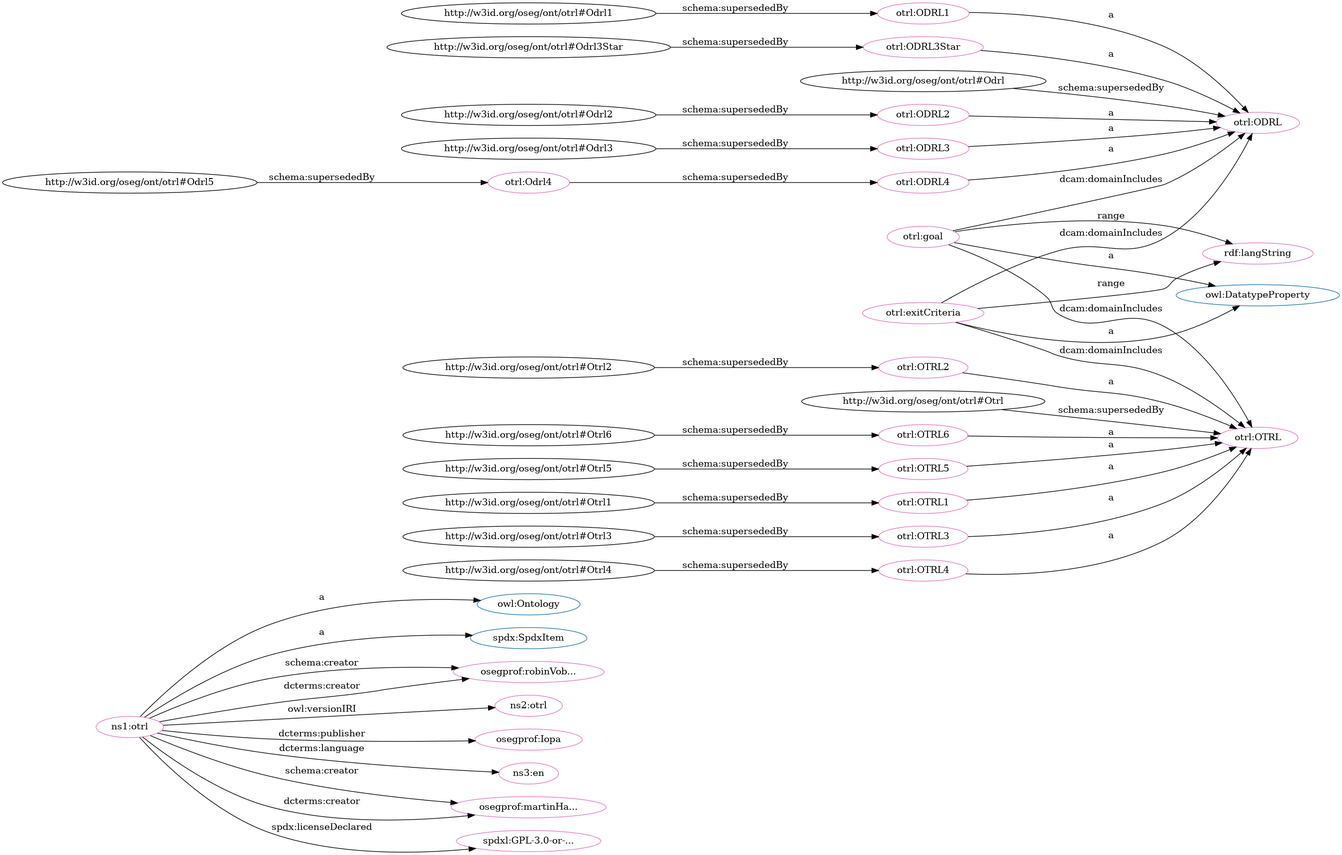
This is src/spec/dot_otrl.png from iop-alliance/OpenKnowHow, a Graphviz export, as it was before one commit. Its source is kept beside it as src/spec/dot_otrl.dot.
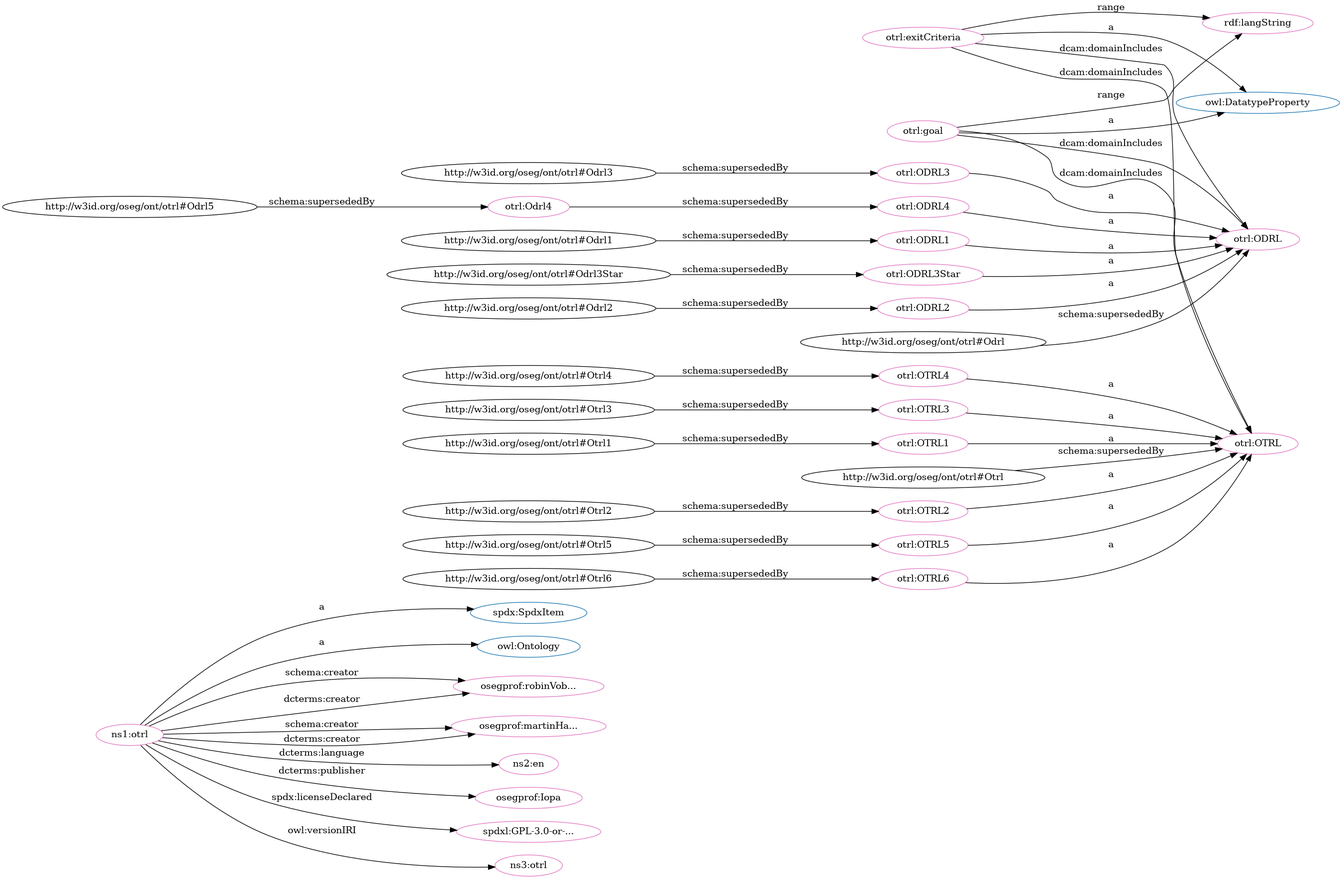
The same diagram one commit later.

What changed in the source:
```diff
@@ -1,76 +1,76 @@
 digraph G {
   rankdir=BT
   node[height=.3]
+"http://spdx.org/rdf/terms#SpdxItem" [fillcolor="#1f77b4" color="#1f77b4" label="spdx:SpdxItem"]
+"http://www.w3.org/2002/07/owl#DatatypeProperty" [fillcolor="#1f77b4" color="#1f77b4" label="owl:DatatypeProperty"]
 "http://www.w3.org/2002/07/owl#Ontology" [fillcolor="#1f77b4" color="#1f77b4" label="owl:Ontology"]
 "http://w3id.org/oseg/ont/otrl#ODRL" [fillcolor="#1f77b4" color="#1f77b4" label="otrl:ODRL"]
 "http://w3id.org/oseg/ont/otrl#OTRL" [fillcolor="#1f77b4" color="#1f77b4" label="otrl:OTRL"]
-"http://www.w3.org/2002/07/owl#DatatypeProperty" [fillcolor="#1f77b4" color="#1f77b4" label="owl:DatatypeProperty"]
-"http://spdx.org/rdf/terms#SpdxItem" [fillcolor="#1f77b4" color="#1f77b4" label="spdx:SpdxItem"]
+"http://w3id.org/oseg/ont/otrl#OTRL2" [fillcolor="#e377c2" color="#e377c2" label="otrl:OTRL2"]
+"http://w3id.org/oseg/ont/otrl#ODRL" [fillcolor="#e377c2" color="#e377c2" label="otrl:ODRL"]
+"http://w3id.org/oseg/ont/otrl#ODRL3" [fillcolor="#e377c2" color="#e377c2" label="otrl:ODRL3"]
+"http://w3id.org/oseg/ont/oseg-profiles#robinVobruba" [fillcolor="#e377c2" color="#e377c2" label="osegprof:robinVob..."]
+"http://w3id.org/oseg/ont/otrl#OTRL5" [fillcolor="#e377c2" color="#e377c2" label="otrl:OTRL5"]
+"http://w3id.org/oseg/ont/otrl#OTRL" [fillcolor="#e377c2" color="#e377c2" label="otrl:OTRL"]
+"http://w3id.org/oseg/ont/otrl#ODRL3Star" [fillcolor="#e377c2" color="#e377c2" label="otrl:ODRL3Star"]
+"http://w3id.org/oseg/ont/otrl" [fillcolor="#e377c2" color="#e377c2" label="ns1:otrl"]
+"http://w3id.org/oseg/ont/oseg-profiles#martinHaeuer" [fillcolor="#e377c2" color="#e377c2" label="osegprof:martinHa..."]
+"http://w3id.org/oseg/ont/otrl#ODRL4" [fillcolor="#e377c2" color="#e377c2" label="otrl:ODRL4"]
+"http://w3id.org/oseg/ont/otrl#OTRL6" [fillcolor="#e377c2" color="#e377c2" label="otrl:OTRL6"]
+"http://w3id.org/oseg/ont/otrl#ODRL1" [fillcolor="#e377c2" color="#e377c2" label="otrl:ODRL1"]
+"http://w3id.org/oseg/ont/otrl#OTRL4" [fillcolor="#e377c2" color="#e377c2" label="otrl:OTRL4"]
 "http://w3id.org/oseg/ont/otrl#goal" [fillcolor="#e377c2" color="#e377c2" label="otrl:goal"]
+"http://id.loc.gov/vocabulary/iso639-1/en" [fillcolor="#e377c2" color="#e377c2" label="ns2:en"]
+"http://www.w3.org/1999/02/22-rdf-syntax-ns#langString" [fillcolor="#e377c2" color="#e377c2" label="rdf:langString"]
+"http://w3id.org/oseg/ont/oseg-profiles#Iopa" [fillcolor="#e377c2" color="#e377c2" label="osegprof:Iopa"]
+"http://w3id.org/oseg/ont/otrl#exitCriteria" [fillcolor="#e377c2" color="#e377c2" label="otrl:exitCriteria"]
+"http://w3id.org/oseg/ont/otrl#OTRL3" [fillcolor="#e377c2" color="#e377c2" label="otrl:OTRL3"]
+"http://spdx.org/licenses/GPL-3.0-or-later" [fillcolor="#e377c2" color="#e377c2" label="spdxl:GPL-3.0-or-..."]
+"http://w3id.org/oseg/ont/otrl#OTRL1" [fillcolor="#e377c2" color="#e377c2" label="otrl:OTRL1"]
 "http://w3id.org/oseg/ont/otrl#ODRL2" [fillcolor="#e377c2" color="#e377c2" label="otrl:ODRL2"]
-"http://w3id.org/oseg/ont/otrl#OTRL" [fillcolor="#e377c2" color="#e377c2" label="otrl:OTRL"]
-"http://w3id.org/oseg/ont/oseg-profiles#robinVobruba" [fillcolor="#e377c2" color="#e377c2" label="osegprof:robinVob..."]
-"http://w3id.org/oseg/ont/otrl#ODRL3" [fillcolor="#e377c2" color="#e377c2" label="otrl:ODRL3"]
-"http://w3id.org/oseg/ont/otrl#OTRL6" [fillcolor="#e377c2" color="#e377c2" label="otrl:OTRL6"]
-"http://w3id.org/oseg/ont/otrl#ODRL4" [fillcolor="#e377c2" color="#e377c2" label="otrl:ODRL4"]
-"http://w3id.org/oseg/ont/otrl#OTRL5" [fillcolor="#e377c2" color="#e377c2" label="otrl:OTRL5"]
-"http://w3id.org/oseg/ont/otrl#OTRL1" [fillcolor="#e377c2" color="#e377c2" label="otrl:OTRL1"]
-"http://w3id.org/oseg/ont/otrl#OTRL3" [fillcolor="#e377c2" color="#e377c2" label="otrl:OTRL3"]
-"http://w3id.org/oseg/ont/otrl" [fillcolor="#e377c2" color="#e377c2" label="ns1:otrl"]
-"http://w3id.org/oseg/ont/otrl#OTRL4" [fillcolor="#e377c2" color="#e377c2" label="otrl:OTRL4"]
-"http://w3id.org/oseg/ont/1.1.0/otrl" [fillcolor="#e377c2" color="#e377c2" label="ns2:otrl"]
-"http://w3id.org/oseg/ont/oseg-profiles#Iopa" [fillcolor="#e377c2" color="#e377c2" label="osegprof:Iopa"]
-"http://www.w3.org/1999/02/22-rdf-syntax-ns#langString" [fillcolor="#e377c2" color="#e377c2" label="rdf:langString"]
-"http://w3id.org/oseg/ont/otrl#ODRL1" [fillcolor="#e377c2" color="#e377c2" label="otrl:ODRL1"]
-"http://id.loc.gov/vocabulary/iso639-1/en" [fillcolor="#e377c2" color="#e377c2" label="ns3:en"]
-"http://w3id.org/oseg/ont/otrl#OTRL2" [fillcolor="#e377c2" color="#e377c2" label="otrl:OTRL2"]
-"http://w3id.org/oseg/ont/oseg-profiles#martinHaeuer" [fillcolor="#e377c2" color="#e377c2" label="osegprof:martinHa..."]
-"http://w3id.org/oseg/ont/otrl#ODRL3Star" [fillcolor="#e377c2" color="#e377c2" label="otrl:ODRL3Star"]
-"http://w3id.org/oseg/ont/otrl#ODRL" [fillcolor="#e377c2" color="#e377c2" label="otrl:ODRL"]
-"http://w3id.org/oseg/ont/otrl#exitCriteria" [fillcolor="#e377c2" color="#e377c2" label="otrl:exitCriteria"]
 "http://w3id.org/oseg/ont/otrl#Odrl4" [fillcolor="#e377c2" color="#e377c2" label="otrl:Odrl4"]
-"http://spdx.org/licenses/GPL-3.0-or-later" [fillcolor="#e377c2" color="#e377c2" label="spdxl:GPL-3.0-or-..."]
+"http://w3id.org/oseg/ont/1.1.0/otrl" [fillcolor="#e377c2" color="#e377c2" label="ns3:otrl"]
+  "http://w3id.org/oseg/ont/otrl#OTRL2" -> "http://w3id.org/oseg/ont/otrl#OTRL" [label="a"]
+  "http://w3id.org/oseg/ont/otrl#Odrl" -> "http://w3id.org/oseg/ont/otrl#ODRL" [label="schema:supersededBy"]
+  "http://w3id.org/oseg/ont/otrl#ODRL3" -> "http://w3id.org/oseg/ont/otrl#ODRL" [label="a"]
+  "http://w3id.org/oseg/ont/otrl" -> "http://w3id.org/oseg/ont/oseg-profiles#robinVobruba" [label="schema:creator"]
+  "http://w3id.org/oseg/ont/otrl#Otrl5" -> "http://w3id.org/oseg/ont/otrl#OTRL5" [label="schema:supersededBy"]
+  "http://w3id.org/oseg/ont/otrl#Otrl" -> "http://w3id.org/oseg/ont/otrl#OTRL" [label="schema:supersededBy"]
+  "http://w3id.org/oseg/ont/otrl#exitCriteria" -> "http://w3id.org/oseg/ont/otrl#OTRL" [label="dcam:domainIncludes"]
+  "http://w3id.org/oseg/ont/otrl#ODRL3Star" -> "http://w3id.org/oseg/ont/otrl#ODRL" [label="a"]
+  "http://w3id.org/oseg/ont/otrl" -> "http://spdx.org/rdf/terms#SpdxItem" [label="a"]
+  "http://w3id.org/oseg/ont/otrl" -> "http://w3id.org/oseg/ont/oseg-profiles#martinHaeuer" [label="schema:creator"]
+  "http://w3id.org/oseg/ont/otrl#Otrl2" -> "http://w3id.org/oseg/ont/otrl#OTRL2" [label="schema:supersededBy"]
+  "http://w3id.org/oseg/ont/otrl#Odrl4" -> "http://w3id.org/oseg/ont/otrl#ODRL4" [label="schema:supersededBy"]
+  "http://w3id.org/oseg/ont/otrl#OTRL6" -> "http://w3id.org/oseg/ont/otrl#OTRL" [label="a"]
+  "http://w3id.org/oseg/ont/otrl#Otrl6" -> "http://w3id.org/oseg/ont/otrl#OTRL6" [label="schema:supersededBy"]
+  "http://w3id.org/oseg/ont/otrl#OTRL1" -> "http://w3id.org/oseg/ont/otrl#OTRL" [label="a"]
+  "http://w3id.org/oseg/ont/otrl#Odrl1" -> "http://w3id.org/oseg/ont/otrl#ODRL1" [label="schema:supersededBy"]
+  "http://w3id.org/oseg/ont/otrl#OTRL4" -> "http://w3id.org/oseg/ont/otrl#OTRL" [label="a"]
+  "http://w3id.org/oseg/ont/otrl" -> "http://www.w3.org/2002/07/owl#Ontology" [label="a"]
+  "http://w3id.org/oseg/ont/otrl#ODRL1" -> "http://w3id.org/oseg/ont/otrl#ODRL" [label="a"]
   "http://w3id.org/oseg/ont/otrl#goal" -> "http://www.w3.org/2002/07/owl#DatatypeProperty" [label="a"]
+  "http://w3id.org/oseg/ont/otrl" -> "http://id.loc.gov/vocabulary/iso639-1/en" [label="dcterms:language"]
+  "http://w3id.org/oseg/ont/otrl#exitCriteria" -> "http://www.w3.org/1999/02/22-rdf-syntax-ns#langString" [label="range"]
+  "http://w3id.org/oseg/ont/otrl#goal" -> "http://w3id.org/oseg/ont/otrl#OTRL" [label="dcam:domainIncludes"]
+  "http://w3id.org/oseg/ont/otrl#Odrl3" -> "http://w3id.org/oseg/ont/otrl#ODRL3" [label="schema:supersededBy"]
+  "http://w3id.org/oseg/ont/otrl" -> "http://w3id.org/oseg/ont/oseg-profiles#Iopa" [label="dcterms:publisher"]
+  "http://w3id.org/oseg/ont/otrl" -> "http://w3id.org/oseg/ont/oseg-profiles#martinHaeuer" [label="dcterms:creator"]
+  "http://w3id.org/oseg/ont/otrl#exitCriteria" -> "http://www.w3.org/2002/07/owl#DatatypeProperty" [label="a"]
+  "http://w3id.org/oseg/ont/otrl#exitCriteria" -> "http://w3id.org/oseg/ont/otrl#ODRL" [label="dcam:domainIncludes"]
+  "http://w3id.org/oseg/ont/otrl#OTRL3" -> "http://w3id.org/oseg/ont/otrl#OTRL" [label="a"]
+  "http://w3id.org/oseg/ont/otrl#Otrl4" -> "http://w3id.org/oseg/ont/otrl#OTRL4" [label="schema:supersededBy"]
+  "http://w3id.org/oseg/ont/otrl#Odrl3Star" -> "http://w3id.org/oseg/ont/otrl#ODRL3Star" [label="schema:supersededBy"]
+  "http://w3id.org/oseg/ont/otrl" -> "http://spdx.org/licenses/GPL-3.0-or-later" [label="spdx:licenseDeclared"]
+  "http://w3id.org/oseg/ont/otrl#goal" -> "http://www.w3.org/1999/02/22-rdf-syntax-ns#langString" [label="range"]
+  "http://w3id.org/oseg/ont/otrl" -> "http://w3id.org/oseg/ont/oseg-profiles#robinVobruba" [label="dcterms:creator"]
+  "http://w3id.org/oseg/ont/otrl#Otrl3" -> "http://w3id.org/oseg/ont/otrl#OTRL3" [label="schema:supersededBy"]
+  "http://w3id.org/oseg/ont/otrl#ODRL4" -> "http://w3id.org/oseg/ont/otrl#ODRL" [label="a"]
+  "http://w3id.org/oseg/ont/otrl#Otrl1" -> "http://w3id.org/oseg/ont/otrl#OTRL1" [label="schema:supersededBy"]
+  "http://w3id.org/oseg/ont/otrl#ODRL2" -> "http://w3id.org/oseg/ont/otrl#ODRL" [label="a"]
+  "http://w3id.org/oseg/ont/otrl#Odrl5" -> "http://w3id.org/oseg/ont/otrl#Odrl4" [label="schema:supersededBy"]
+  "http://w3id.org/oseg/ont/otrl" -> "http://w3id.org/oseg/ont/1.1.0/otrl" [label="owl:versionIRI"]
+  "http://w3id.org/oseg/ont/otrl#goal" -> "http://w3id.org/oseg/ont/otrl#ODRL" [label="dcam:domainIncludes"]
   "http://w3id.org/oseg/ont/otrl#Odrl2" -> "http://w3id.org/oseg/ont/otrl#ODRL2" [label="schema:supersededBy"]
-  "http://w3id.org/oseg/ont/otrl#Otrl" -> "http://w3id.org/oseg/ont/otrl#OTRL" [label="schema:supersededBy"]
-  "http://w3id.org/oseg/ont/otrl" -> "http://w3id.org/oseg/ont/oseg-profiles#robinVobruba" [label="schema:creator"]
-  "http://w3id.org/oseg/ont/otrl#Odrl3" -> "http://w3id.org/oseg/ont/otrl#ODRL3" [label="schema:supersededBy"]
-  "http://w3id.org/oseg/ont/otrl" -> "http://w3id.org/oseg/ont/oseg-profiles#robinVobruba" [label="dcterms:creator"]
-  "http://w3id.org/oseg/ont/otrl#Otrl6" -> "http://w3id.org/oseg/ont/otrl#OTRL6" [label="schema:supersededBy"]
-  "http://w3id.org/oseg/ont/otrl#ODRL4" -> "http://w3id.org/oseg/ont/otrl#ODRL" [label="a"]
-  "http://w3id.org/oseg/ont/otrl#Otrl5" -> "http://w3id.org/oseg/ont/otrl#OTRL5" [label="schema:supersededBy"]
-  "http://w3id.org/oseg/ont/otrl#OTRL1" -> "http://w3id.org/oseg/ont/otrl#OTRL" [label="a"]
-  "http://w3id.org/oseg/ont/otrl#Otrl3" -> "http://w3id.org/oseg/ont/otrl#OTRL3" [label="schema:supersededBy"]
-  "http://w3id.org/oseg/ont/otrl" -> "http://www.w3.org/2002/07/owl#Ontology" [label="a"]
-  "http://w3id.org/oseg/ont/otrl#Otrl4" -> "http://w3id.org/oseg/ont/otrl#OTRL4" [label="schema:supersededBy"]
-  "http://w3id.org/oseg/ont/otrl#Odrl4" -> "http://w3id.org/oseg/ont/otrl#ODRL4" [label="schema:supersededBy"]
-  "http://w3id.org/oseg/ont/otrl" -> "http://w3id.org/oseg/ont/1.1.0/otrl" [label="owl:versionIRI"]
-  "http://w3id.org/oseg/ont/otrl" -> "http://w3id.org/oseg/ont/oseg-profiles#Iopa" [label="dcterms:publisher"]
-  "http://w3id.org/oseg/ont/otrl#exitCriteria" -> "http://www.w3.org/1999/02/22-rdf-syntax-ns#langString" [label="range"]
-  "http://w3id.org/oseg/ont/otrl#ODRL1" -> "http://w3id.org/oseg/ont/otrl#ODRL" [label="a"]
   "http://w3id.org/oseg/ont/otrl#OTRL5" -> "http://w3id.org/oseg/ont/otrl#OTRL" [label="a"]
-  "http://w3id.org/oseg/ont/otrl#OTRL3" -> "http://w3id.org/oseg/ont/otrl#OTRL" [label="a"]
-  "http://w3id.org/oseg/ont/otrl" -> "http://id.loc.gov/vocabulary/iso639-1/en" [label="dcterms:language"]
-  "http://w3id.org/oseg/ont/otrl#OTRL2" -> "http://w3id.org/oseg/ont/otrl#OTRL" [label="a"]
-  "http://w3id.org/oseg/ont/otrl#Otrl2" -> "http://w3id.org/oseg/ont/otrl#OTRL2" [label="schema:supersededBy"]
-  "http://w3id.org/oseg/ont/otrl" -> "http://spdx.org/licenses/GPL-3.0-or-later" [label="spdx:licenseDeclared"]
-  "http://w3id.org/oseg/ont/otrl#Odrl1" -> "http://w3id.org/oseg/ont/otrl#ODRL1" [label="schema:supersededBy"]
-  "http://w3id.org/oseg/ont/otrl#Otrl1" -> "http://w3id.org/oseg/ont/otrl#OTRL1" [label="schema:supersededBy"]
-  "http://w3id.org/oseg/ont/otrl" -> "http://w3id.org/oseg/ont/oseg-profiles#martinHaeuer" [label="schema:creator"]
-  "http://w3id.org/oseg/ont/otrl#goal" -> "http://www.w3.org/1999/02/22-rdf-syntax-ns#langString" [label="range"]
-  "http://w3id.org/oseg/ont/otrl#goal" -> "http://w3id.org/oseg/ont/otrl#OTRL" [label="dcam:domainIncludes"]
-  "http://w3id.org/oseg/ont/otrl#ODRL3Star" -> "http://w3id.org/oseg/ont/otrl#ODRL" [label="a"]
-  "http://w3id.org/oseg/ont/otrl#goal" -> "http://w3id.org/oseg/ont/otrl#ODRL" [label="dcam:domainIncludes"]
-  "http://w3id.org/oseg/ont/otrl#exitCriteria" -> "http://w3id.org/oseg/ont/otrl#OTRL" [label="dcam:domainIncludes"]
-  "http://w3id.org/oseg/ont/otrl#OTRL6" -> "http://w3id.org/oseg/ont/otrl#OTRL" [label="a"]
-  "http://w3id.org/oseg/ont/otrl#Odrl" -> "http://w3id.org/oseg/ont/otrl#ODRL" [label="schema:supersededBy"]
-  "http://w3id.org/oseg/ont/otrl#exitCriteria" -> "http://w3id.org/oseg/ont/otrl#ODRL" [label="dcam:domainIncludes"]
-  "http://w3id.org/oseg/ont/otrl#ODRL2" -> "http://w3id.org/oseg/ont/otrl#ODRL" [label="a"]
-  "http://w3id.org/oseg/ont/otrl#exitCriteria" -> "http://www.w3.org/2002/07/owl#DatatypeProperty" [label="a"]
-  "http://w3id.org/oseg/ont/otrl#Odrl5" -> "http://w3id.org/oseg/ont/otrl#Odrl4" [label="schema:supersededBy"]
-  "http://w3id.org/oseg/ont/otrl" -> "http://spdx.org/rdf/terms#SpdxItem" [label="a"]
-  "http://w3id.org/oseg/ont/otrl#ODRL3" -> "http://w3id.org/oseg/ont/otrl#ODRL" [label="a"]
-  "http://w3id.org/oseg/ont/otrl" -> "http://w3id.org/oseg/ont/oseg-profiles#martinHaeuer" [label="dcterms:creator"]
-  "http://w3id.org/oseg/ont/otrl#Odrl3Star" -> "http://w3id.org/oseg/ont/otrl#ODRL3Star" [label="schema:supersededBy"]
-  "http://w3id.org/oseg/ont/otrl#OTRL4" -> "http://w3id.org/oseg/ont/otrl#OTRL" [label="a"]
 }
```
